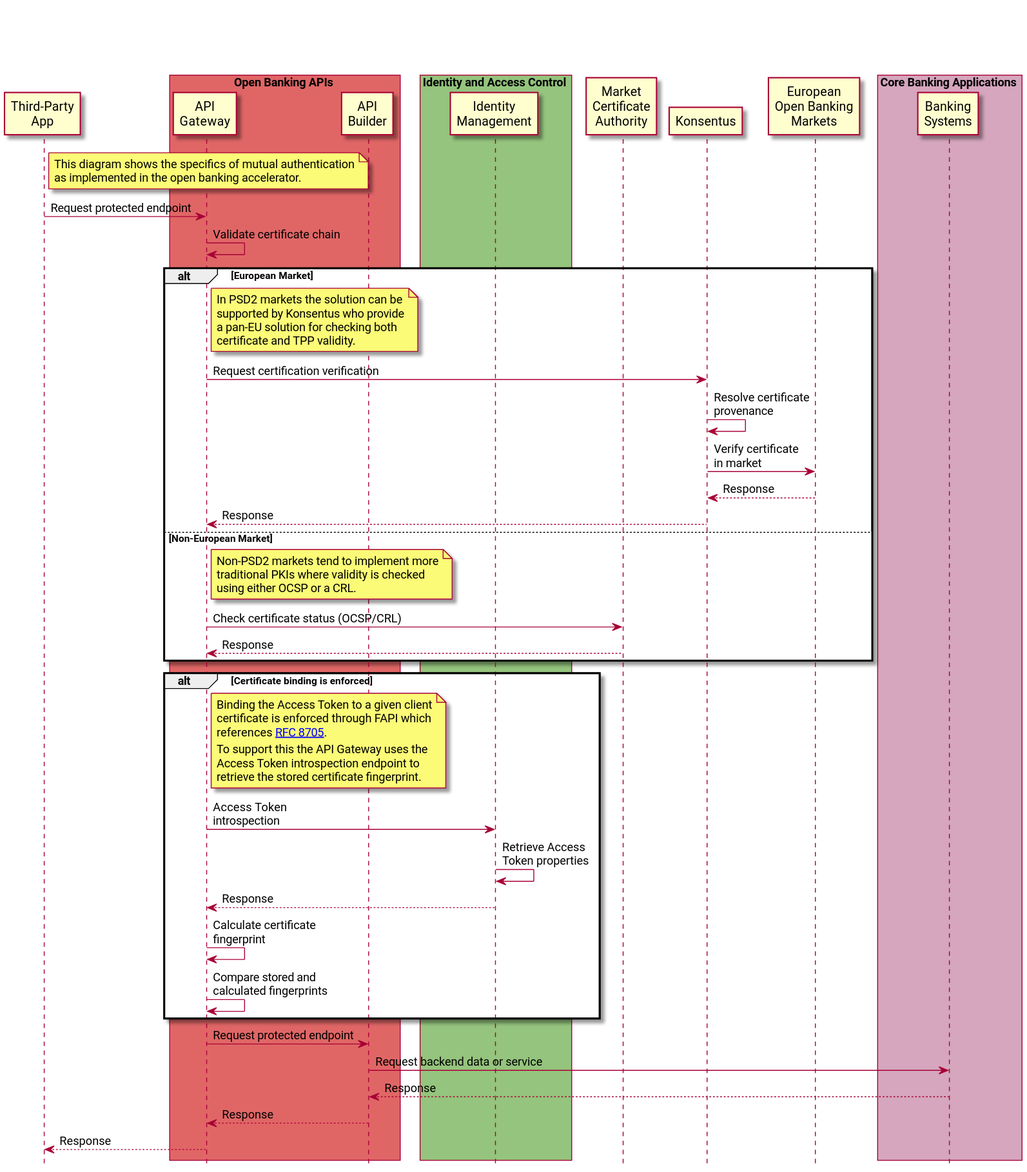
Earlier version of the PlantUML export static/Images/Mutual_Authentication_Sequence.svg (Axway/open-banking-docs).
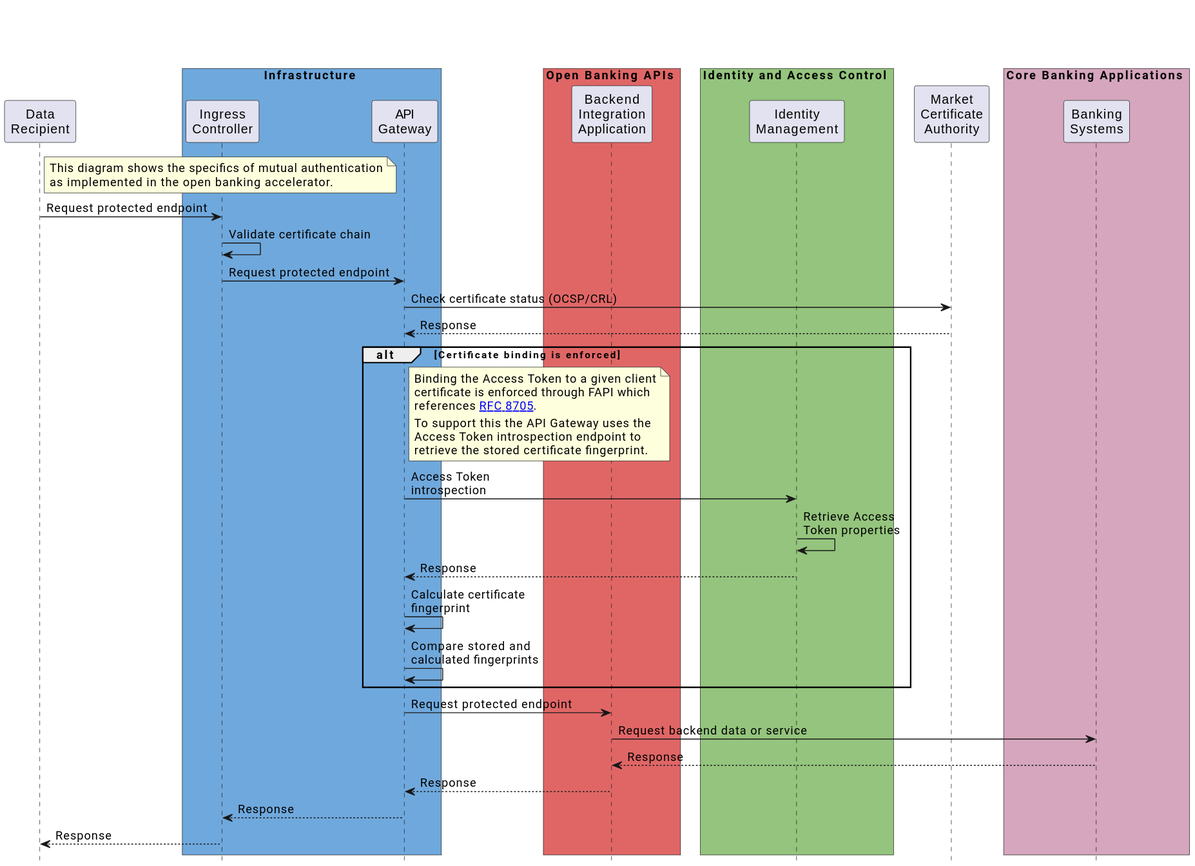
Above is the later version.

Change to the diagram source:
```diff
@@ -2,11 +2,15 @@
 
 title \n\n
 
-participant "Third-Party\nApp" as TPP
+participant "Data\nRecipient" as DR
+
+box Infrastructure #6FA8DC
+participant "Ingress\nController" as INGRESS
+participant "API\nGateway" as API_GATEWAY
+end box
 
 box Open Banking APIs #e06666
-participant "API\nGateway" as API_GATEWAY
-participant "API\nBuilder" as API_BUILDER
+participant "Backend\nIntegration\nApplication" as BIA
 end box
 
 box Identity and Access Control #94c47d
@@ -14,8 +18,6 @@
 end box
 
 participant "Market\nCertificate\nAuthority" as CA
-participant "Konsentus" as KON
-participant "European\nOpen Banking\nMarkets" as EURO
 
 box Core Banking Applications #d5a6bd
 participant "Banking\nSystems" as ASPSP_API
@@ -25,40 +27,16 @@
 skinparam defaultFontName Roboto
 skinparam BoxPadding 10
 
-note right of TPP
+note right of DR
 This diagram shows the specifics of mutual authentication
 as implemented in the open banking accelerator.
 end note
 
-TPP -> API_GATEWAY: Request protected endpoint
-API_GATEWAY -> API_GATEWAY: Validate certificate chain
-
-alt European Market
-
-note right of API_GATEWAY
-In PSD2 markets the solution can be
-supported by Konsentus who provide
-a pan-EU solution for checking both
-certificate and TPP validity.
-end note
-
-API_GATEWAY -> KON: Request certification verification
-KON -> KON: Resolve certificate\nprovenance
-KON -> EURO: Verify certificate\nin market
-KON <-- EURO: Response
-API_GATEWAY <-- KON: Response
-
-else Non-European Market
-
-note right of API_GATEWAY
-Non-PSD2 markets tend to implement more
-traditional PKIs where validity is checked
-using either OCSP or a CRL.
-end note
-
+DR -> INGRESS: Request protected endpoint
+INGRESS -> INGRESS: Validate certificate chain
+INGRESS -> API_GATEWAY: Request protected endpoint
 API_GATEWAY -> CA: Check certificate status (OCSP/CRL)
 API_GATEWAY <-- CA: Response
-end opt
 
 alt Certificate binding is enforced
 
@@ -79,10 +57,11 @@
 API_GATEWAY -> API_GATEWAY: Compare stored and\ncalculated fingerprints
 end alt
 
-API_GATEWAY -> API_BUILDER: Request protected endpoint
-API_BUILDER -> ASPSP_API: Request backend data or service
-API_BUILDER <-- ASPSP_API: Response
-API_GATEWAY <-- API_BUILDER: Response
-TPP <-- API_GATEWAY: Response
+API_GATEWAY -> BIA: Request protected endpoint
+BIA -> ASPSP_API: Request backend data or service
+BIA <-- ASPSP_API: Response
+API_GATEWAY <-- BIA: Response
+INGRESS <-- API_GATEWAY: Response
+DR <-- INGRESS: Response
 
 @enduml
```
